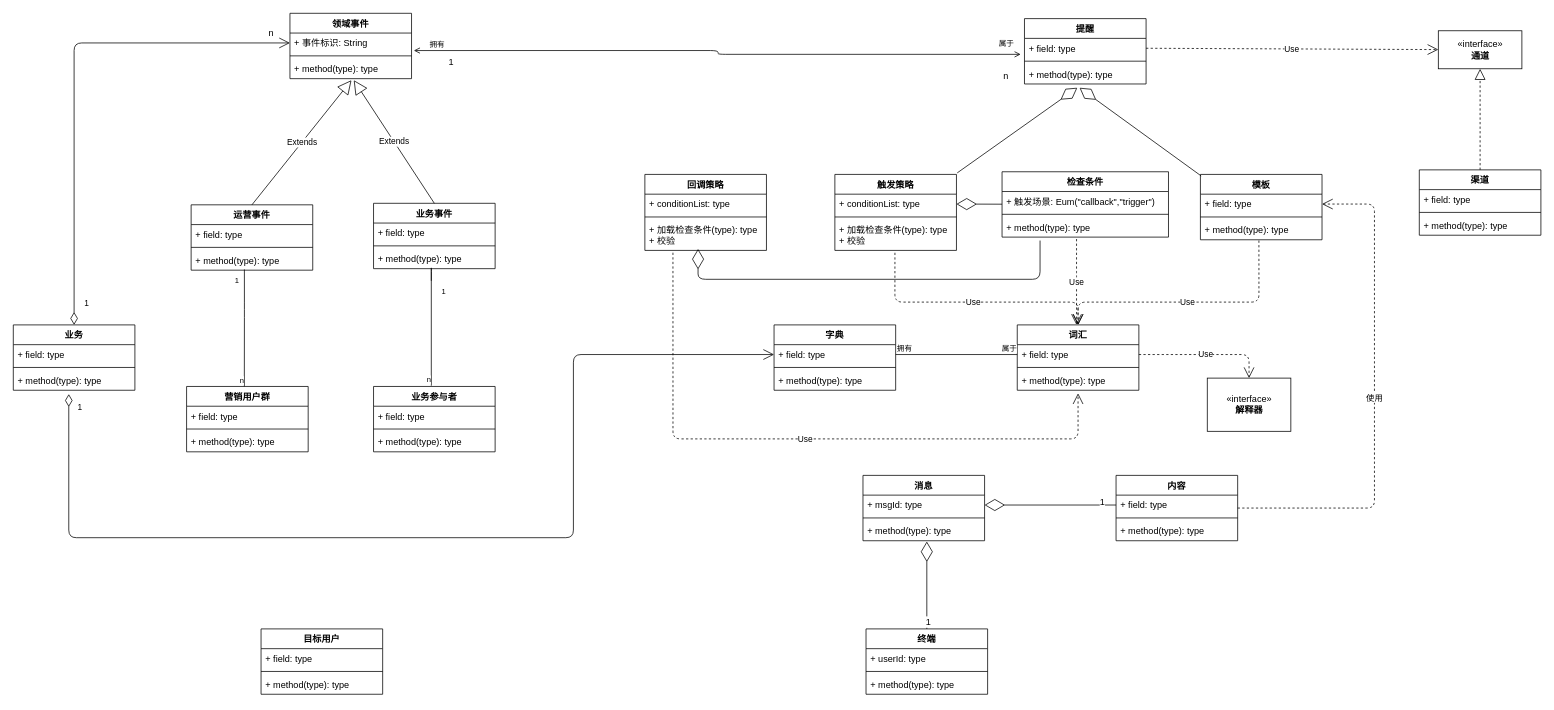
NonePro/UML keeps this draw.io diagram as page "Page-2" (2 of 3) of 业务系统/提醒中心.drawio. Above is the earlier version. Source tidied: cells renumbered, new cells numbered last; positions are measured from the earlier drawing's top-left corner, leaving out a move shared by most shapes. Both pictures are drawn from the tidied source at 76%, with x=0, y=0 at pixel (13, 13).
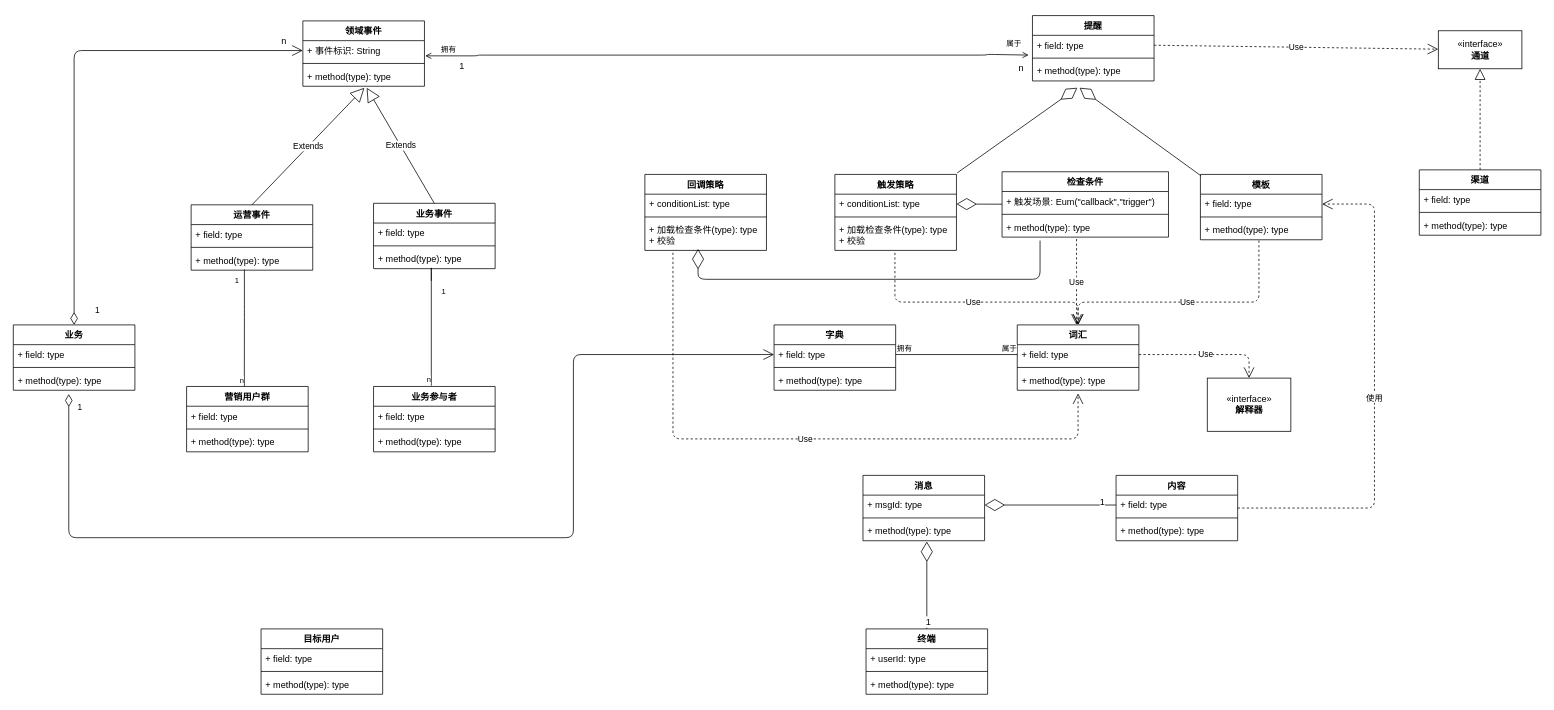
Above is the later version.

Unchanged cells that the change refers to:
```xml
<mxCell id="7" value="+ 事件标识: String" style="text;strokeColor=none;fillColor=none;align=left;verticalAlign=top;spacingLeft=4;spacingRight=4;overflow=hidden;points=[[0,0.5],[1,0.5]];portConstraint=eastwest;" parent="6" vertex="1">
  <mxGeometry y="26" width="160" height="26" as="geometry" />
</mxCell>
<mxCell id="11" value="+ field: type" style="text;strokeColor=none;fillColor=none;align=left;verticalAlign=top;spacingLeft=4;spacingRight=4;overflow=hidden;points=[[0,0.5],[1,0.5]];portConstraint=eastwest;" parent="10" vertex="1">
  <mxGeometry y="26" width="160" height="26" as="geometry" />
</mxCell>
```

Diff of the diagram source:
```diff
@@
     <mxCell id="6" value="领域事件" style="swimlane;fontStyle=1;align=center;verticalAlign=top;horizontal=1;startSize=26;" parent="1" vertex="1">
-      <mxGeometry x="364" width="160" height="86" as="geometry" />
+      <mxGeometry x="381" y="10" width="160" height="86" as="geometry" />
     </mxCell>
@@
     <mxCell id="10" value="提醒" style="swimlane;fontStyle=1;align=center;verticalAlign=top;horizontal=1;startSize=26;" parent="1" vertex="1">
-      <mxGeometry x="1330.5" y="7" width="160" height="86" as="geometry" />
+      <mxGeometry x="1341" y="3" width="160" height="86" as="geometry" />
     </mxCell>
@@
-    <mxCell id="43" style="endArrow=open;html=1;edgeStyle=orthogonalEdgeStyle;exitX=1.019;exitY=0.885;exitDx=0;exitDy=0;exitPerimeter=0;entryX=-0.031;entryY=0.808;entryDx=0;entryDy=0;entryPerimeter=0;startArrow=open;startFill=0;endFill=0;" parent="1" edge="1" source="7" target="11">
-      <mxGeometry relative="1" as="geometry" />
+    <mxCell id="43" style="endArrow=open;html=1;edgeStyle=orthogonalEdgeStyle;startArrow=open;startFill=0;endFill=0;exitX=1.006;exitY=0.769;exitDx=0;exitDy=0;exitPerimeter=0;entryX=-0.031;entryY=1;entryDx=0;entryDy=0;entryPerimeter=0;" parent="1" edge="1" source="7" target="11">
+      <mxGeometry relative="1" as="geometry">
+        <Array as="points">
+          <mxPoint x="611" y="56" />
+          <mxPoint x="611" y="55" />
+          <mxPoint x="1281" y="55" />
+          <mxPoint x="1281" y="54" />
+        </Array>
+      </mxGeometry>
     </mxCell>
@@
-    <mxCell id="104" value="n" style="text;html=1;align=left;verticalAlign=top;spacingTop=-4;" parent="1" vertex="1">
-      <mxGeometry x="1301" y="73" width="20" height="20" as="geometry" />
+    <mxCell id="104" value="n" style="text;html=1;align=left;verticalAlign=top;spacingTop=-4;direction=south;" parent="1" vertex="1">
+      <mxGeometry x="1321" y="63" width="20" height="20" as="geometry" />
     </mxCell>
```
